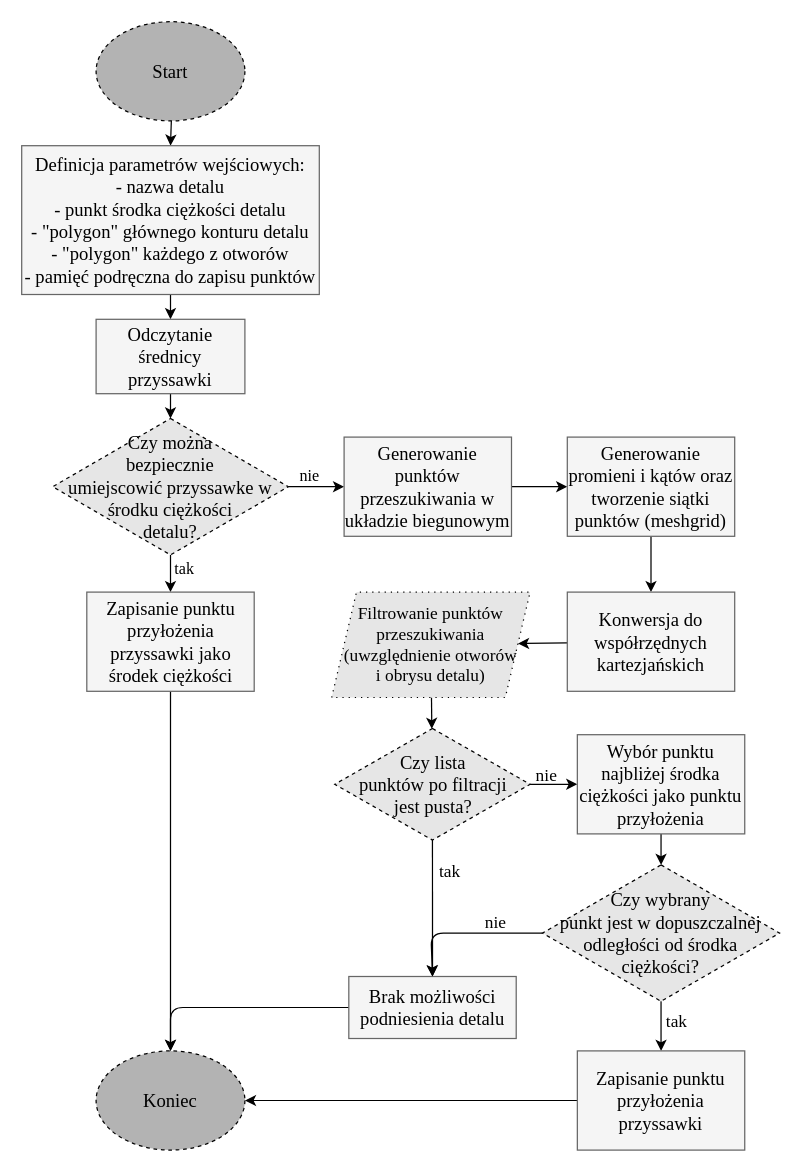
R3K77/Praca-inzynierska---sortowanie-elementow-wycinanych-laserowo keeps this draw.io diagram as Drawio/main_siatka.drawio. Above is the earlier version. Source tidied: cells renumbered, new cells numbered last; positions are measured from the earlier drawing's top-left corner, leaving out a move shared by most shapes. Both pictures are drawn from the tidied source at 124%, with x=0, y=0 at pixel (21, 21).
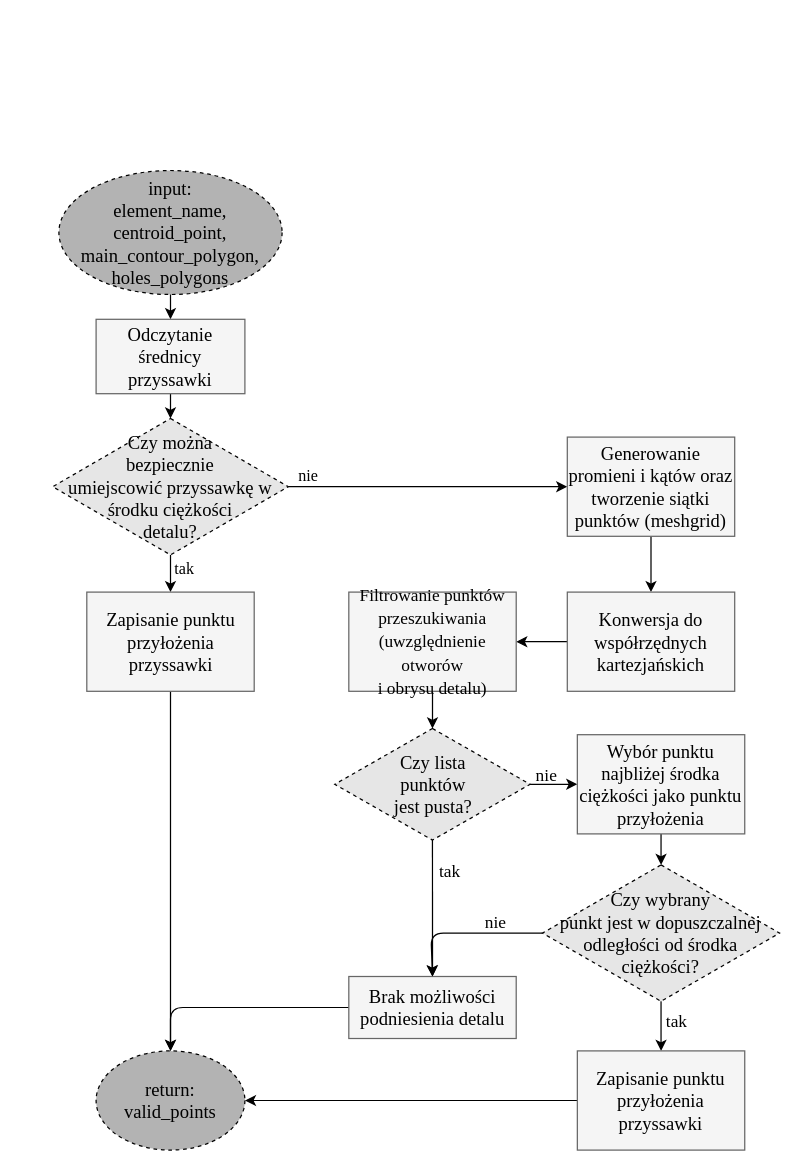
The same page after the edit.

Unchanged cells that the change refers to:
```xml
<mxCell id="8" value="Odczytanie średnicy przyssawki" style="rounded=0;whiteSpace=wrap;html=1;fillColor=#f5f5f5;fontColor=#000000;strokeColor=#666666;fontFamily=Garamond;fontSize=15;" parent="1" vertex="1">
  <mxGeometry x="60" y="240" width="120" height="60" as="geometry" />
</mxCell>
<mxCell id="19" value="Generowanie promieni i kątów oraz tworzenie siątki punktów (meshgrid)" style="rounded=0;whiteSpace=wrap;html=1;fillColor=#f5f5f5;fontColor=#000000;strokeColor=#666666;fontFamily=Garamond;fontSize=15;" parent="1" vertex="1">
  <mxGeometry x="440" y="335" width="135" height="80" as="geometry" />
</mxCell>
<mxCell id="21" value="Konwersja do współrzędnych kartezjańskich" style="rounded=0;whiteSpace=wrap;html=1;fillColor=#f5f5f5;fontColor=#000000;strokeColor=#666666;fontFamily=Garamond;fontSize=15;" parent="1" vertex="1">
  <mxGeometry x="440" y="460" width="135" height="80" as="geometry" />
</mxCell>
```

The edit, as a diff of the source:
```diff
@@
-    <mxCell id="2" style="edgeStyle=none;html=1;strokeColor=#000000;fontFamily=Garamond;fontSize=15;fontColor=#000000;" parent="1" edge="1" source="3" target="6">
-      <mxGeometry relative="1" as="geometry" />
-    </mxCell>
-    <mxCell id="3" value="Start" style="ellipse;whiteSpace=wrap;html=1;fillColor=#B3B3B3;fontColor=#000000;strokeColor=#000000;fontFamily=Garamond;fontSize=15;dashed=1;" parent="1" vertex="1">
-      <mxGeometry x="60" width="120" height="80" as="geometry" />
+    <mxCell id="3" value="input:&lt;br&gt;element_name, centroid_point, main_contour_polygon, holes_polygons" style="ellipse;whiteSpace=wrap;html=1;fillColor=#B3B3B3;fontColor=#000000;strokeColor=#000000;fontFamily=Garamond;fontSize=15;dashed=1;" parent="1" vertex="1">
+      <mxGeometry x="30" y="120" width="180" height="100" as="geometry" />
     </mxCell>
-    <mxCell id="4" value="Koniec" style="ellipse;whiteSpace=wrap;html=1;fillColor=#B3B3B3;fontColor=#000000;strokeColor=#000000;fontFamily=Garamond;fontSize=15;dashed=1;" parent="1" vertex="1">
+    <mxCell id="4" value="return:&lt;br&gt;valid_points" style="ellipse;whiteSpace=wrap;html=1;fillColor=#B3B3B3;fontColor=#000000;strokeColor=#000000;fontFamily=Garamond;fontSize=15;dashed=1;" parent="1" vertex="1">
       <mxGeometry x="60" y="830" width="120" height="80" as="geometry" />
     </mxCell>
-    <mxCell id="5" style="edgeStyle=none;html=1;strokeColor=#000000;fontFamily=Garamond;fontSize=15;fontColor=#000000;" parent="1" edge="1" source="6" target="8">
-      <mxGeometry relative="1" as="geometry" />
+    <mxCell id="5" style="edgeStyle=none;html=1;strokeColor=#000000;fontFamily=Garamond;fontSize=15;fontColor=#000000;" parent="1" edge="1" target="8">
+      <mxGeometry relative="1" as="geometry">
+        <mxPoint x="120" y="220" as="sourcePoint" />
+      </mxGeometry>
     </mxCell>
-    <mxCell id="6" value="Definicja parametrów wejściowych:&lt;br&gt;- nazwa detalu&lt;br&gt;- punkt środka ciężkości detalu&lt;br&gt;- &quot;polygon&quot; głównego konturu detalu&lt;br&gt;- &quot;polygon&quot; każdego z otworów&lt;br&gt;- pamięć podręczna do zapisu punktów" style="rounded=0;whiteSpace=wrap;html=1;fillColor=#f5f5f5;fontColor=#000000;strokeColor=#666666;fontFamily=Garamond;fontSize=15;" parent="1" vertex="1">
-      <mxGeometry y="100" width="240" height="120" as="geometry" />
-    </mxCell>
@@
-    <mxCell id="11" style="edgeStyle=none;html=1;strokeColor=#000000;fontFamily=Times New Roman;fontSize=13;fontColor=#000000;" parent="1" edge="1" source="13" target="17">
+    <mxCell id="11" style="edgeStyle=none;html=1;strokeColor=#000000;fontFamily=Times New Roman;fontSize=13;fontColor=#000000;entryX=0;entryY=0.5;entryDx=0;entryDy=0;" parent="1" edge="1" source="13" target="19">
       <mxGeometry relative="1" as="geometry" />
     </mxCell>
     <mxCell id="12" value="nie" style="edgeLabel;html=1;align=center;verticalAlign=middle;fontSize=13;fontFamily=Times New Roman;fontColor=#000000;labelBackgroundColor=none;" parent="11" vertex="1">
       <mxGeometry x="-0.63" y="-1" relative="1" as="geometry">
-        <mxPoint x="8" y="-11" as="offset" />
+        <mxPoint x="-27" y="-11" as="offset" />
       </mxGeometry>
     </mxCell>
-    <mxCell id="13" value="Czy można &lt;br&gt;bezpiecznie &lt;br&gt;umiejscowić przyssawke w środku ciężkości &lt;br&gt;detalu?" style="rhombus;whiteSpace=wrap;html=1;fontFamily=Garamond;fontSize=15;fillColor=#E6E6E6;strokeColor=#000000;fontColor=#000000;dashed=1;" parent="1" vertex="1">
+    <mxCell id="13" value="Czy można &lt;br&gt;bezpiecznie &lt;br&gt;umiejscowić przyssawkę w środku ciężkości &lt;br&gt;detalu?" style="rhombus;whiteSpace=wrap;html=1;fontFamily=Garamond;fontSize=15;fillColor=#E6E6E6;strokeColor=#000000;fontColor=#000000;dashed=1;" parent="1" vertex="1">
       <mxGeometry x="25" y="320" width="190" height="110" as="geometry" />
     </mxCell>
@@
-    <mxCell id="15" value="Zapisanie punktu przyłożenia przyssawki jako środek ciężkości" style="rounded=0;whiteSpace=wrap;html=1;fillColor=#f5f5f5;fontColor=#000000;strokeColor=#666666;fontFamily=Garamond;fontSize=15;" parent="1" vertex="1">
+    <mxCell id="15" value="Zapisanie punktu przyłożenia przyssawki" style="rounded=0;whiteSpace=wrap;html=1;fillColor=#f5f5f5;fontColor=#000000;strokeColor=#666666;fontFamily=Garamond;fontSize=15;" parent="1" vertex="1">
       <mxGeometry x="52.5" y="460" width="135" height="80" as="geometry" />
     </mxCell>
-    <mxCell id="16" style="edgeStyle=none;html=1;strokeColor=#000000;fontFamily=Times New Roman;fontSize=13;fontColor=#000000;" parent="1" edge="1" source="17" target="19">
-      <mxGeometry relative="1" as="geometry" />
-    </mxCell>
-    <mxCell id="17" value="Generowanie punktów przeszukiwania w układzie biegunowym" style="rounded=0;whiteSpace=wrap;html=1;fillColor=#f5f5f5;fontColor=#000000;strokeColor=#666666;fontFamily=Garamond;fontSize=15;" parent="1" vertex="1">
-      <mxGeometry x="260" y="335" width="135" height="80" as="geometry" />
-    </mxCell>
@@
-    <mxCell id="20" style="edgeStyle=none;html=1;strokeColor=#000000;fontFamily=Garamond;fontSize=13;fontColor=#000000;" parent="1" edge="1" source="21" target="23">
+    <mxCell id="20" style="edgeStyle=none;html=1;strokeColor=#000000;" parent="1" edge="1" source="21" target="23">
       <mxGeometry relative="1" as="geometry" />
     </mxCell>
@@
-    <mxCell id="22" style="edgeStyle=none;html=1;strokeColor=#000000;fontFamily=Garamond;fontSize=14;fontColor=#000000;" parent="1" edge="1" source="23" target="28">
+    <mxCell id="22" style="edgeStyle=none;html=1;strokeColor=#000000;fontFamily=Garamond;fontSize=14;fontColor=#000000;exitX=0.5;exitY=1;exitDx=0;exitDy=0;" parent="1" edge="1" source="23" target="28">
       <mxGeometry relative="1" as="geometry" />
     </mxCell>
-    <mxCell id="23" value="&lt;font face=&quot;Garamond&quot; style=&quot;font-size: 14px;&quot;&gt;Filtrowanie punktów przeszukiwania (uwzględnienie otworów &lt;br style=&quot;font-size: 14px;&quot;&gt;i obrysu detalu)&lt;/font&gt;" style="shape=parallelogram;perimeter=parallelogramPerimeter;whiteSpace=wrap;html=1;fixedSize=1;labelBackgroundColor=none;fontFamily=Times New Roman;fontSize=14;fillColor=#E6E6E6;strokeColor=#000000;fontColor=#000000;dashed=1;dashPattern=1 4;" parent="1" vertex="1">
-      <mxGeometry x="250" y="460" width="160" height="85" as="geometry" />
-    </mxCell>
@@
-    <mxCell id="28" value="Czy lista &lt;br&gt;punktów po filtracji &lt;br&gt;jest pusta?" style="rhombus;whiteSpace=wrap;html=1;fontFamily=Garamond;fontSize=15;fillColor=#E6E6E6;strokeColor=#000000;fontColor=#000000;verticalAlign=middle;labelBackgroundColor=none;labelBorderColor=none;dashed=1;" parent="1" vertex="1">
+    <mxCell id="28" value="Czy lista &lt;br&gt;punktów&lt;br&gt;jest pusta?" style="rhombus;whiteSpace=wrap;html=1;fontFamily=Garamond;fontSize=15;fillColor=#E6E6E6;strokeColor=#000000;fontColor=#000000;verticalAlign=middle;labelBackgroundColor=none;labelBorderColor=none;dashed=1;" parent="1" vertex="1">
       <mxGeometry x="252.5" y="570" width="157.5" height="90" as="geometry" />
     </mxCell>
@@
+    <mxCell id="23" value="&lt;span style=&quot;font-size: 14px;&quot;&gt;Filtrowanie punktów przeszukiwania (uwzględnienie otworów&lt;/span&gt;&lt;br style=&quot;font-size: 14px;&quot;&gt;&lt;span style=&quot;font-size: 14px;&quot;&gt;i obrysu detalu)&lt;/span&gt;" style="rounded=0;whiteSpace=wrap;html=1;fillColor=#f5f5f5;fontColor=#000000;strokeColor=#666666;fontFamily=Garamond;fontSize=15;" parent="1" vertex="1">
+      <mxGeometry x="263.8" y="460" width="135" height="80" as="geometry" />
+    </mxCell>
```
